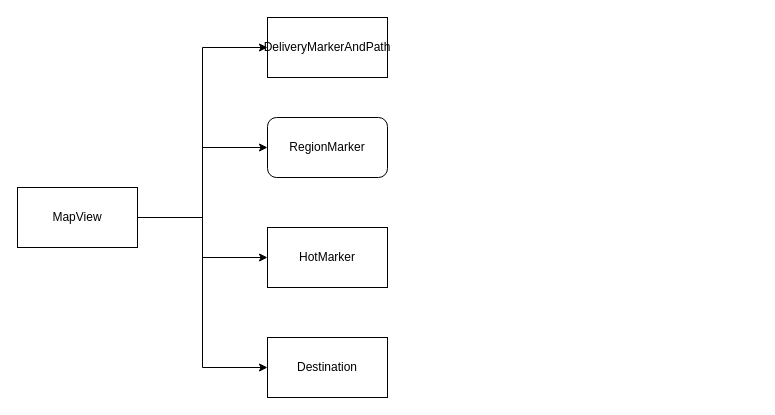
Above: mapviewRefactor.drawio in cer-cer/notes (draw.io), before the change. Source tidied: cells renumbered, new cells numbered last; positions are measured from the earlier drawing's top-left corner, leaving out a move shared by most shapes. Both pictures are drawn from the tidied source at 100%, with x=0, y=0 at pixel (17, 17).
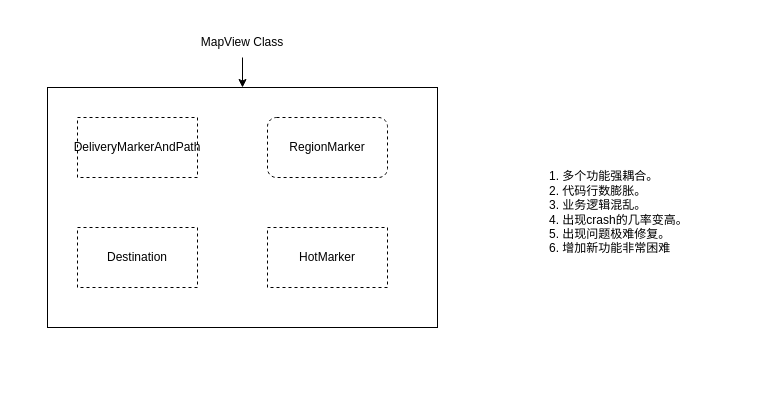
The same page after the edit.

Change to the diagram source:
```diff
@@
 <mxGraphModel>
   <root>
     <mxCell id="0" />
     <mxCell id="1" parent="0" />
-    <mxCell id="2" style="edgeStyle=orthogonalEdgeStyle;rounded=0;jettySize=auto;html=1;entryX=0;entryY=0.5;entryDx=0;entryDy=0;" parent="1" edge="1" source="6" target="7">
-      <mxGeometry relative="1" as="geometry" />
-    </mxCell>
-    <mxCell id="3" style="edgeStyle=orthogonalEdgeStyle;rounded=0;jettySize=auto;html=1;entryX=0;entryY=0.5;entryDx=0;entryDy=0;" parent="1" edge="1" source="6" target="8">
-      <mxGeometry relative="1" as="geometry" />
-    </mxCell>
-    <mxCell id="4" style="edgeStyle=orthogonalEdgeStyle;rounded=0;jettySize=auto;html=1;entryX=0;entryY=0.5;entryDx=0;entryDy=0;" parent="1" edge="1" source="6" target="9">
-      <mxGeometry relative="1" as="geometry" />
-    </mxCell>
-    <mxCell id="5" style="edgeStyle=orthogonalEdgeStyle;rounded=0;jettySize=auto;html=1;entryX=0;entryY=0.5;entryDx=0;entryDy=0;" parent="1" edge="1" source="6" target="10">
-      <mxGeometry relative="1" as="geometry" />
-    </mxCell>
-    <mxCell id="6" value="MapView" style="rounded=0;whiteSpace=wrap;html=1;" parent="1" vertex="1">
-      <mxGeometry y="170" width="120" height="60" as="geometry" />
-    </mxCell>
+    <mxCell id="11" style="html=1;align=left;" parent="1" vertex="1">
+      <mxGeometry x="30" y="70" width="390" height="240" as="geometry" />
+    </mxCell>
-    <mxCell id="7" value="DeliveryMarkerAndPath" style="rounded=0;whiteSpace=wrap;html=1;" parent="1" vertex="1">
-      <mxGeometry x="250" width="120" height="60" as="geometry" />
+    <mxCell id="7" value="DeliveryMarkerAndPath" style="rounded=0;whiteSpace=wrap;html=1;dashed=1;" parent="1" vertex="1">
+      <mxGeometry x="60" y="100" width="120" height="60" as="geometry" />
     </mxCell>
-    <mxCell id="8" value="RegionMarker" style="rounded=1;whiteSpace=wrap;html=1;" parent="1" vertex="1">
+    <mxCell id="8" value="RegionMarker" style="rounded=1;whiteSpace=wrap;html=1;dashed=1;" parent="1" vertex="1">
       <mxGeometry x="250" y="100" width="120" height="60" as="geometry" />
     </mxCell>
-    <mxCell id="9" value="HotMarker" style="rounded=0;whiteSpace=wrap;html=1;" parent="1" vertex="1">
+    <mxCell id="9" value="HotMarker" style="rounded=0;whiteSpace=wrap;html=1;dashed=1;" parent="1" vertex="1">
       <mxGeometry x="250" y="210" width="120" height="60" as="geometry" />
     </mxCell>
-    <mxCell id="10" value="Destination" style="rounded=0;whiteSpace=wrap;html=1;" parent="1" vertex="1">
-      <mxGeometry x="250" y="320" width="120" height="60" as="geometry" />
+    <mxCell id="10" value="Destination" style="rounded=0;whiteSpace=wrap;html=1;dashed=1;" parent="1" vertex="1">
+      <mxGeometry x="60" y="210" width="120" height="60" as="geometry" />
     </mxCell>
+    <mxCell id="12" value="1. 多个功能强耦合。&lt;br&gt;2. 代码行数膨胀。&lt;br&gt;3. 业务逻辑混乱。&lt;br&gt;4. 出现crash的几率变高。&lt;br&gt;5. 出现问题极难修复。&lt;br&gt;6. 增加新功能非常困难" style="text;html=1;strokeColor=none;fillColor=none;align=left;verticalAlign=middle;whiteSpace=wrap;rounded=0;" parent="1" vertex="1">
+      <mxGeometry x="530" y="140" width="210" height="110" as="geometry" />
+    </mxCell>
+    <mxCell id="13" style="edgeStyle=orthogonalEdgeStyle;rounded=0;jettySize=auto;html=1;" parent="1" edge="1" source="14" target="11">
+      <mxGeometry relative="1" as="geometry" />
+    </mxCell>
+    <mxCell id="14" value="MapView Class" style="text;html=1;strokeColor=none;fillColor=none;align=center;verticalAlign=middle;whiteSpace=wrap;rounded=0;dashed=1;" parent="1" vertex="1">
+      <mxGeometry x="170" y="10" width="110" height="30" as="geometry" />
+    </mxCell>
   </root>
 </mxGraphModel>
```
